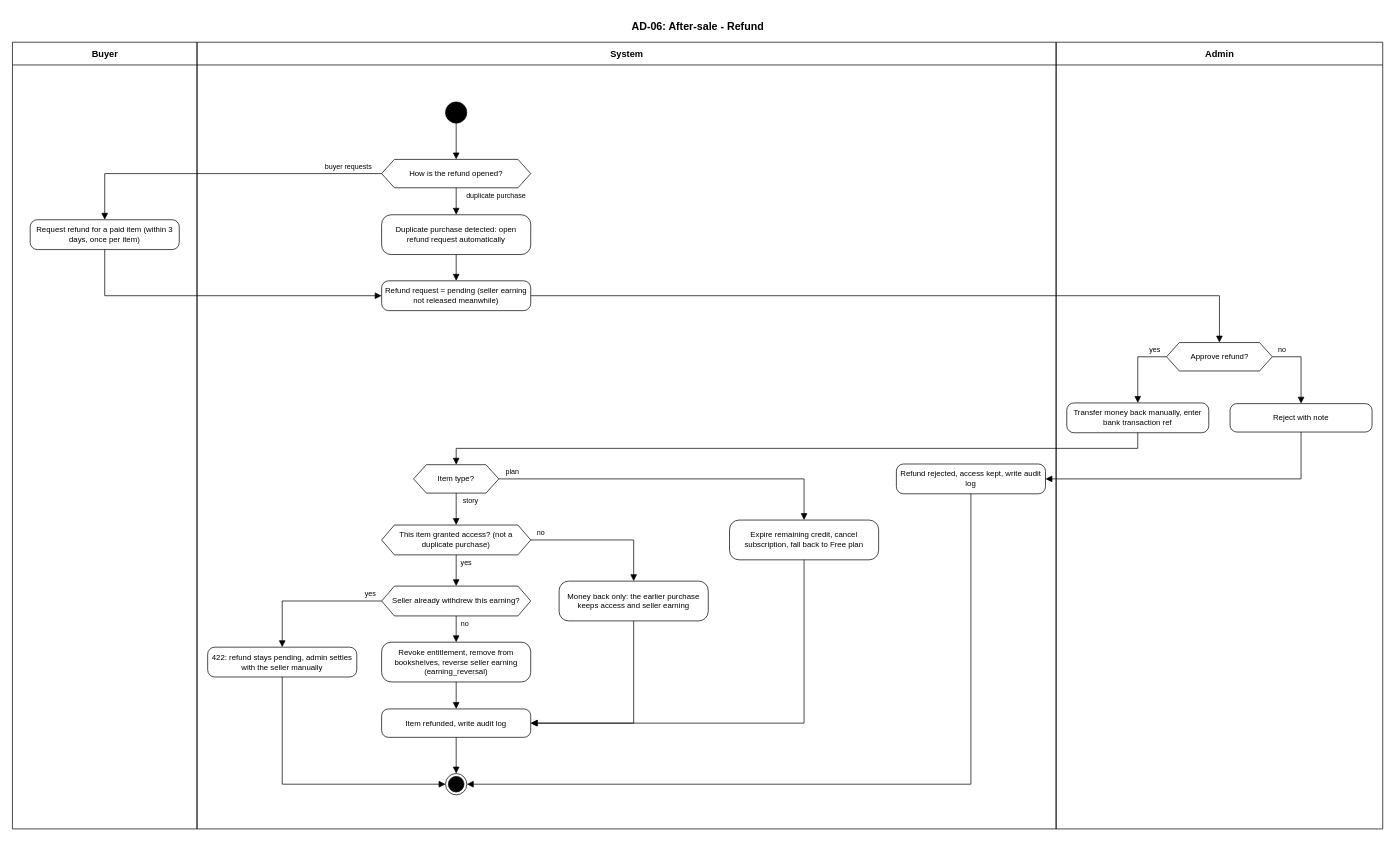
The draw.io diagram docs/diagrams/activity/AD-06-refund.drawio in SEP490-GFA26SE186/BE, before the edit. Source tidied: cells renumbered, new cells numbered last; positions are measured from the earlier drawing's top-left corner, leaving out a move shared by most shapes. Both pictures are drawn from the tidied source at 71%, with x=0, y=0 at pixel (12, 12).
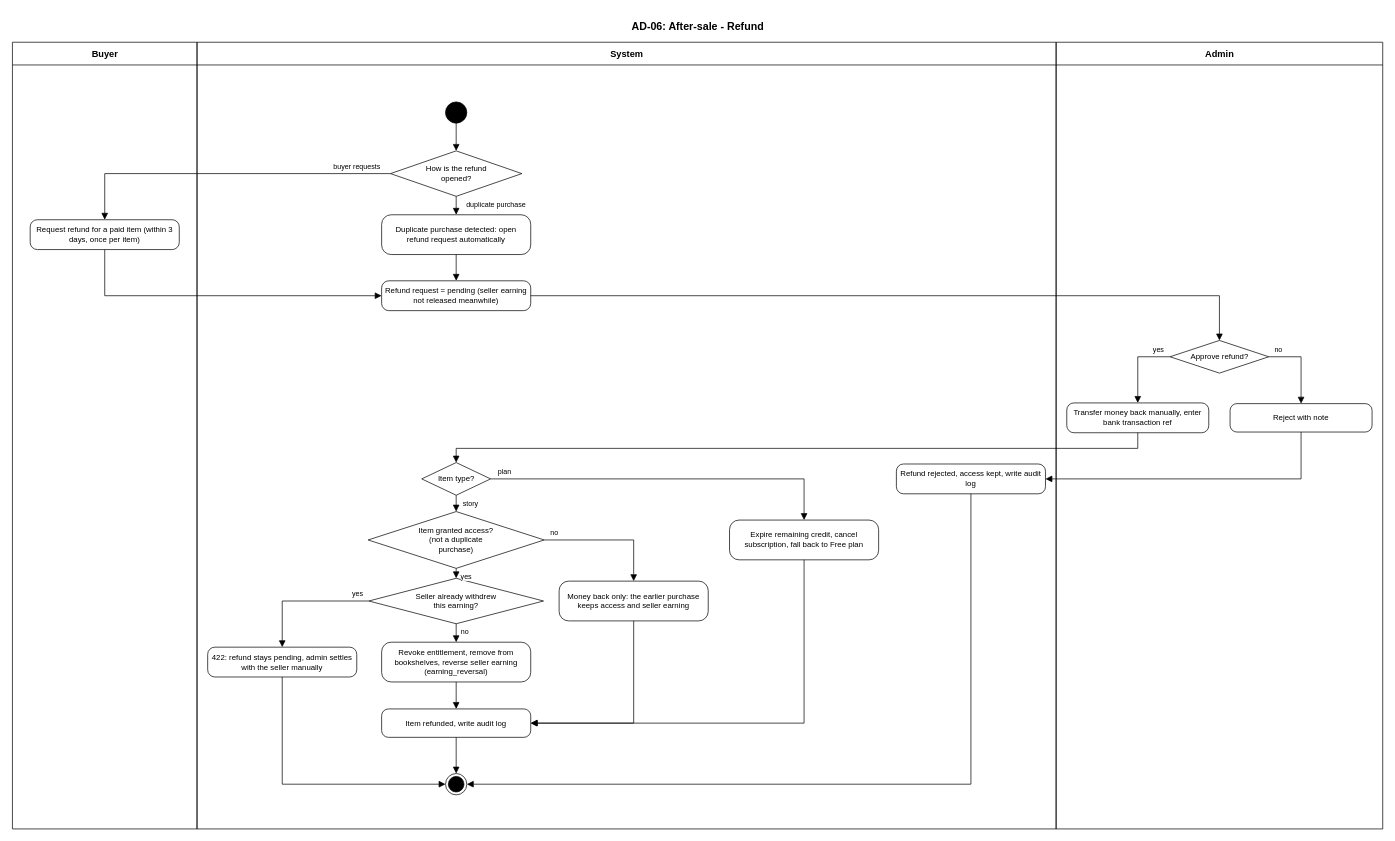
After the change.

Unchanged cells that the change refers to:
```xml
<mxCell id="4" value="System" style="swimlane;html=1;startSize=32;fontStyle=1;fontSize=13;fontFamily=Helvetica;swimlaneLine=1;fillColor=none;strokeColor=#000000;" parent="1" vertex="1">
  <mxGeometry x="260" y="42" width="1210" height="1108" as="geometry" />
</mxCell>
<mxCell id="5" value="Admin" style="swimlane;html=1;startSize=32;fontStyle=1;fontSize=13;fontFamily=Helvetica;swimlaneLine=1;fillColor=none;strokeColor=#000000;" parent="1" vertex="1">
  <mxGeometry x="1470" y="42" width="460" height="1108" as="geometry" />
</mxCell>
```

The edit, as a diff of the source:
```diff
@@
-    <mxCell id="7" value="How is the refund opened?" style="shape=hexagon;perimeter=hexagonPerimeter2;size=18;fixedSize=1;whiteSpace=wrap;html=1;fillColor=#FFFFFF;strokeColor=#000000;fontSize=11;fontFamily=Helvetica;spacingLeft=14;spacingRight=14;" parent="4" vertex="1">
-      <mxGeometry x="260" y="165" width="210" height="40" as="geometry" />
+    <mxCell id="7" value="How is the refund&lt;br&gt;opened?" style="rhombus;whiteSpace=wrap;html=1;fillColor=#FFFFFF;strokeColor=#000000;fontSize=11;fontFamily=Helvetica;spacing=0;" parent="4" vertex="1">
+      <mxGeometry x="272.5" y="153" width="185" height="64" as="geometry" />
     </mxCell>
@@
-    <mxCell id="11" value="Approve refund?" style="shape=hexagon;perimeter=hexagonPerimeter2;size=18;fixedSize=1;whiteSpace=wrap;html=1;fillColor=#FFFFFF;strokeColor=#000000;fontSize=11;fontFamily=Helvetica;spacingLeft=14;spacingRight=14;" parent="5" vertex="1">
-      <mxGeometry x="155.5" y="423" width="149" height="40" as="geometry" />
+    <mxCell id="11" value="Approve refund?" style="rhombus;whiteSpace=wrap;html=1;fillColor=#FFFFFF;strokeColor=#000000;fontSize=11;fontFamily=Helvetica;spacing=0;" parent="5" vertex="1">
+      <mxGeometry x="160.5" y="420" width="139" height="46" as="geometry" />
     </mxCell>
@@
-    <mxCell id="15" value="Item type?" style="shape=hexagon;perimeter=hexagonPerimeter2;size=18;fixedSize=1;whiteSpace=wrap;html=1;fillColor=#FFFFFF;strokeColor=#000000;fontSize=11;fontFamily=Helvetica;spacingLeft=14;spacingRight=14;" parent="4" vertex="1">
-      <mxGeometry x="305" y="595" width="120" height="40" as="geometry" />
+    <mxCell id="15" value="Item type?" style="rhombus;whiteSpace=wrap;html=1;fillColor=#FFFFFF;strokeColor=#000000;fontSize=11;fontFamily=Helvetica;spacing=0;" parent="4" vertex="1">
+      <mxGeometry x="316.5" y="592" width="97" height="46" as="geometry" />
     </mxCell>
@@
-    <mxCell id="17" value="This item granted access? (not a duplicate purchase)" style="shape=hexagon;perimeter=hexagonPerimeter2;size=18;fixedSize=1;whiteSpace=wrap;html=1;fillColor=#FFFFFF;strokeColor=#000000;fontSize=11;fontFamily=Helvetica;spacingLeft=14;spacingRight=14;" parent="4" vertex="1">
-      <mxGeometry x="260" y="680" width="210" height="42" as="geometry" />
+    <mxCell id="17" value="Item granted access?&lt;br&gt;(not a duplicate&lt;br&gt;purchase)" style="rhombus;whiteSpace=wrap;html=1;fillColor=#FFFFFF;strokeColor=#000000;fontSize=11;fontFamily=Helvetica;spacing=0;" parent="4" vertex="1">
+      <mxGeometry x="241" y="661" width="248" height="80" as="geometry" />
     </mxCell>
@@
-    <mxCell id="19" value="Seller already withdrew this earning?" style="shape=hexagon;perimeter=hexagonPerimeter2;size=18;fixedSize=1;whiteSpace=wrap;html=1;fillColor=#FFFFFF;strokeColor=#000000;fontSize=11;fontFamily=Helvetica;spacingLeft=14;spacingRight=14;" parent="4" vertex="1">
-      <mxGeometry x="260" y="766" width="210" height="42" as="geometry" />
+    <mxCell id="19" value="Seller already withdrew&lt;br&gt;this earning?" style="rhombus;whiteSpace=wrap;html=1;fillColor=#FFFFFF;strokeColor=#000000;fontSize=11;fontFamily=Helvetica;spacing=0;" parent="4" vertex="1">
+      <mxGeometry x="242" y="755" width="246" height="64" as="geometry" />
     </mxCell>
```
